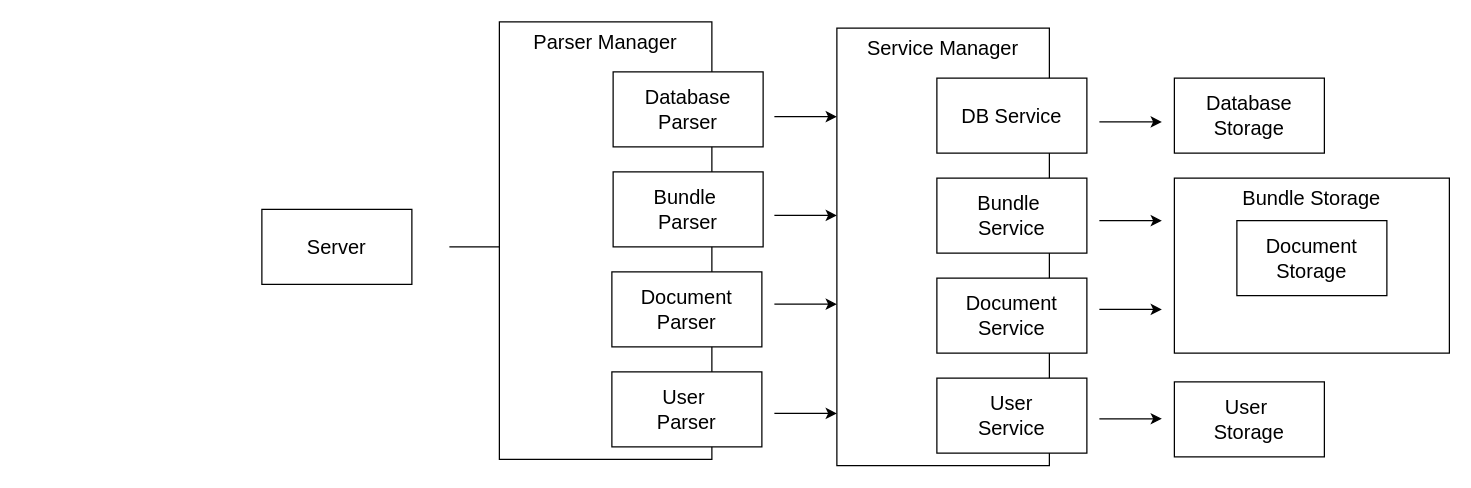
Earlier version of the draw.io diagram page "Copy of Page-1" (2 of 3) of SyndrDB-Design.drawio (dan-strohschein/SyndrDB). Source tidied: cells renumbered, new cells numbered last; positions are measured from the earlier drawing's top-left corner, leaving out a move shared by most shapes. Both pictures are drawn from the tidied source at 125%, with x=0, y=0 at pixel (261, 21).
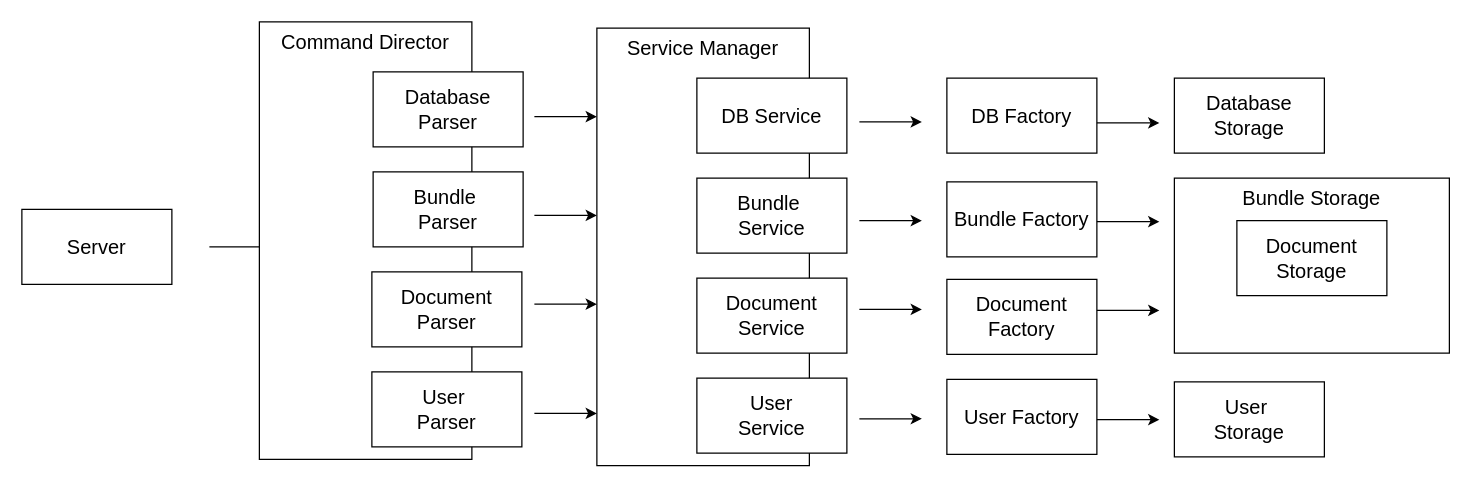
Above is the later version.

Diff of the diagram source:
```diff
@@
     <mxCell id="2" value="Server" style="rounded=0;whiteSpace=wrap;html=1;fontSize=16;" parent="1" vertex="1">
-      <mxGeometry y="150" width="120" height="60" as="geometry" />
+      <mxGeometry x="-192" y="150" width="120" height="60" as="geometry" />
     </mxCell>
     <mxCell id="3" style="endArrow=classic;html=1;rounded=0;" parent="1" edge="1">
       <mxGeometry relative="1" as="geometry">
-        <mxPoint x="150" y="180" as="sourcePoint" />
-        <mxPoint x="200" y="180" as="targetPoint" />
+        <mxPoint x="-42" y="180" as="sourcePoint" />
+        <mxPoint x="8" y="180" as="targetPoint" />
       </mxGeometry>
     </mxCell>
@@
     <mxCell id="8" style="group;" parent="1" vertex="1">
-      <mxGeometry x="460" y="5" width="200" height="350" as="geometry" />
+      <mxGeometry x="268" y="5" width="200" height="350" as="geometry" />
     </mxCell>
@@
     <mxCell id="14" style="group;" parent="1" vertex="1">
-      <mxGeometry x="190" width="211" height="350" as="geometry" />
+      <mxGeometry x="-2" width="211" height="350" as="geometry" />
     </mxCell>
-    <mxCell id="15" value="Parser Manager" style="rounded=0;whiteSpace=wrap;html=1;fontSize=16;verticalAlign=top;" parent="14" vertex="1">
+    <mxCell id="15" value="Command Director" style="rounded=0;whiteSpace=wrap;html=1;fontSize=16;verticalAlign=top;" parent="14" vertex="1">
       <mxGeometry width="170" height="350" as="geometry" />
     </mxCell>
@@
     <mxCell id="20" style="endArrow=classic;html=1;rounded=0;" parent="1" edge="1">
       <mxGeometry relative="1" as="geometry">
-        <mxPoint x="670" y="80" as="sourcePoint" />
-        <mxPoint x="720" y="80" as="targetPoint" />
+        <mxPoint x="478" y="80" as="sourcePoint" />
+        <mxPoint x="528" y="80" as="targetPoint" />
       </mxGeometry>
     </mxCell>
     <mxCell id="21" style="endArrow=classic;html=1;rounded=0;" parent="1" edge="1">
       <mxGeometry relative="1" as="geometry">
-        <mxPoint x="670" y="159" as="sourcePoint" />
-        <mxPoint x="720" y="159" as="targetPoint" />
+        <mxPoint x="478" y="159" as="sourcePoint" />
+        <mxPoint x="528" y="159" as="targetPoint" />
       </mxGeometry>
     </mxCell>
     <mxCell id="22" style="endArrow=classic;html=1;rounded=0;" parent="1" edge="1">
       <mxGeometry relative="1" as="geometry">
-        <mxPoint x="670" y="230" as="sourcePoint" />
-        <mxPoint x="720" y="230" as="targetPoint" />
+        <mxPoint x="478" y="230" as="sourcePoint" />
+        <mxPoint x="528" y="230" as="targetPoint" />
       </mxGeometry>
     </mxCell>
     <mxCell id="23" style="endArrow=classic;html=1;rounded=0;" parent="1" edge="1">
       <mxGeometry relative="1" as="geometry">
-        <mxPoint x="670" y="317.5" as="sourcePoint" />
-        <mxPoint x="720" y="317.5" as="targetPoint" />
+        <mxPoint x="478" y="317.5" as="sourcePoint" />
+        <mxPoint x="528" y="317.5" as="targetPoint" />
       </mxGeometry>
     </mxCell>
     <mxCell id="24" style="endArrow=classic;html=1;rounded=0;" parent="1" edge="1">
       <mxGeometry relative="1" as="geometry">
-        <mxPoint x="410" y="75.8" as="sourcePoint" />
-        <mxPoint x="460" y="75.8" as="targetPoint" />
+        <mxPoint x="218" y="75.8" as="sourcePoint" />
+        <mxPoint x="268" y="75.8" as="targetPoint" />
       </mxGeometry>
     </mxCell>
     <mxCell id="25" style="endArrow=classic;html=1;rounded=0;" parent="1" edge="1">
       <mxGeometry relative="1" as="geometry">
-        <mxPoint x="410" y="154.8" as="sourcePoint" />
-        <mxPoint x="460" y="154.8" as="targetPoint" />
+        <mxPoint x="218" y="154.8" as="sourcePoint" />
+        <mxPoint x="268" y="154.8" as="targetPoint" />
       </mxGeometry>
     </mxCell>
     <mxCell id="26" style="endArrow=classic;html=1;rounded=0;" parent="1" edge="1">
       <mxGeometry relative="1" as="geometry">
-        <mxPoint x="410" y="225.8" as="sourcePoint" />
-        <mxPoint x="460" y="225.8" as="targetPoint" />
+        <mxPoint x="218" y="225.8" as="sourcePoint" />
+        <mxPoint x="268" y="225.8" as="targetPoint" />
       </mxGeometry>
     </mxCell>
     <mxCell id="27" style="endArrow=classic;html=1;rounded=0;" parent="1" edge="1">
       <mxGeometry relative="1" as="geometry">
-        <mxPoint x="410" y="313.2" as="sourcePoint" />
-        <mxPoint x="460" y="313.2" as="targetPoint" />
+        <mxPoint x="218" y="313.2" as="sourcePoint" />
+        <mxPoint x="268" y="313.2" as="targetPoint" />
       </mxGeometry>
     </mxCell>
+    <mxCell id="28" value="DB Factory" style="rounded=0;whiteSpace=wrap;html=1;fontSize=16;" parent="1" vertex="1">
+      <mxGeometry x="548" y="45" width="120" height="60" as="geometry" />
+    </mxCell>
+    <mxCell id="29" value="Bundle Factory" style="rounded=0;whiteSpace=wrap;html=1;fontSize=16;" parent="1" vertex="1">
+      <mxGeometry x="548" y="128" width="120" height="60" as="geometry" />
+    </mxCell>
+    <mxCell id="30" value="Document Factory" style="rounded=0;whiteSpace=wrap;html=1;fontSize=16;" parent="1" vertex="1">
+      <mxGeometry x="548" y="206" width="120" height="60" as="geometry" />
+    </mxCell>
+    <mxCell id="31" value="User Factory" style="rounded=0;whiteSpace=wrap;html=1;fontSize=16;" parent="1" vertex="1">
+      <mxGeometry x="548" y="286" width="120" height="60" as="geometry" />
+    </mxCell>
+    <mxCell id="32" style="endArrow=classic;html=1;rounded=0;" parent="1" edge="1">
+      <mxGeometry relative="1" as="geometry">
+        <mxPoint x="668" y="80.8" as="sourcePoint" />
+        <mxPoint x="718" y="80.8" as="targetPoint" />
+      </mxGeometry>
+    </mxCell>
+    <mxCell id="33" style="endArrow=classic;html=1;rounded=0;" parent="1" edge="1">
+      <mxGeometry relative="1" as="geometry">
+        <mxPoint x="668" y="159.8" as="sourcePoint" />
+        <mxPoint x="718" y="159.8" as="targetPoint" />
+      </mxGeometry>
+    </mxCell>
+    <mxCell id="34" style="endArrow=classic;html=1;rounded=0;" parent="1" edge="1">
+      <mxGeometry relative="1" as="geometry">
+        <mxPoint x="668" y="230.8" as="sourcePoint" />
+        <mxPoint x="718" y="230.8" as="targetPoint" />
+      </mxGeometry>
+    </mxCell>
+    <mxCell id="35" style="endArrow=classic;html=1;rounded=0;" parent="1" edge="1">
+      <mxGeometry relative="1" as="geometry">
+        <mxPoint x="668" y="318.2" as="sourcePoint" />
+        <mxPoint x="718" y="318.2" as="targetPoint" />
+      </mxGeometry>
+    </mxCell>
```
